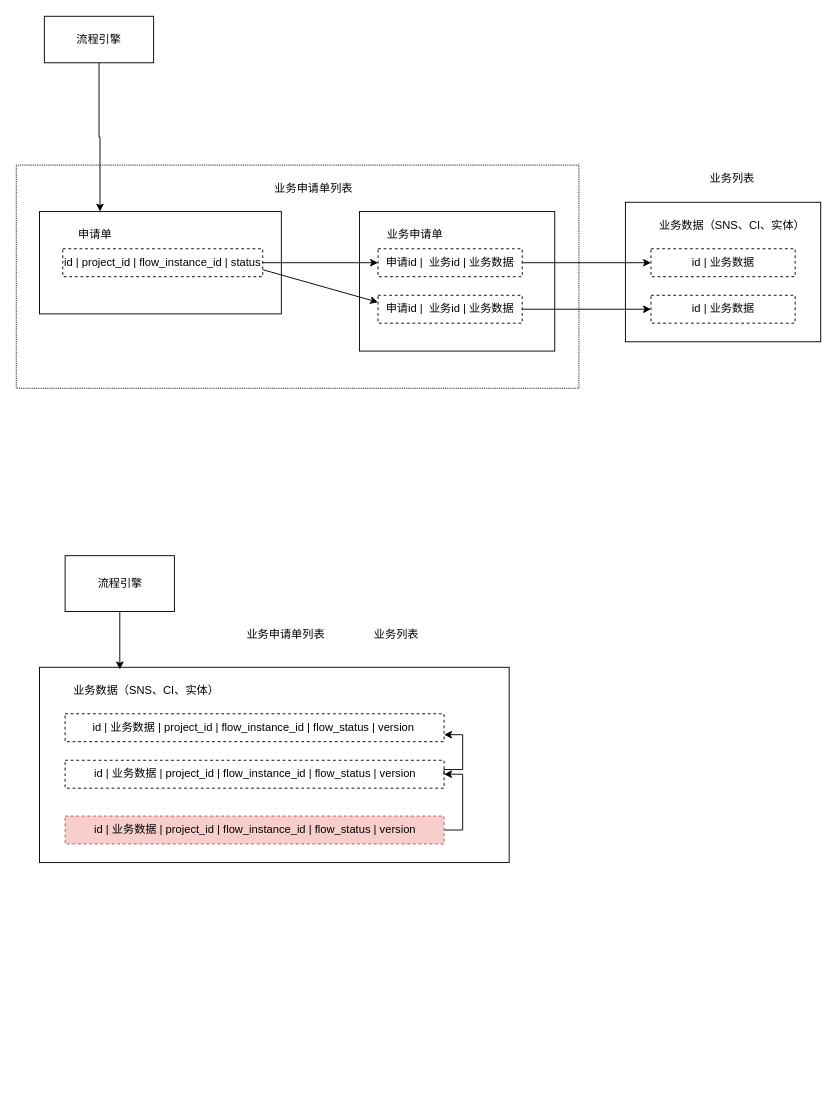
Before: 体系文件协同编辑和管理工具/流程申请单设计.drawio in DemonHan/KuickBuy, a draw.io diagram. Source tidied: cells renumbered, new cells numbered last; positions are measured from the earlier drawing's top-left corner, leaving out a move shared by most shapes. Both pictures are drawn from the tidied source at 93%, with x=0, y=0 at pixel (16, 16).
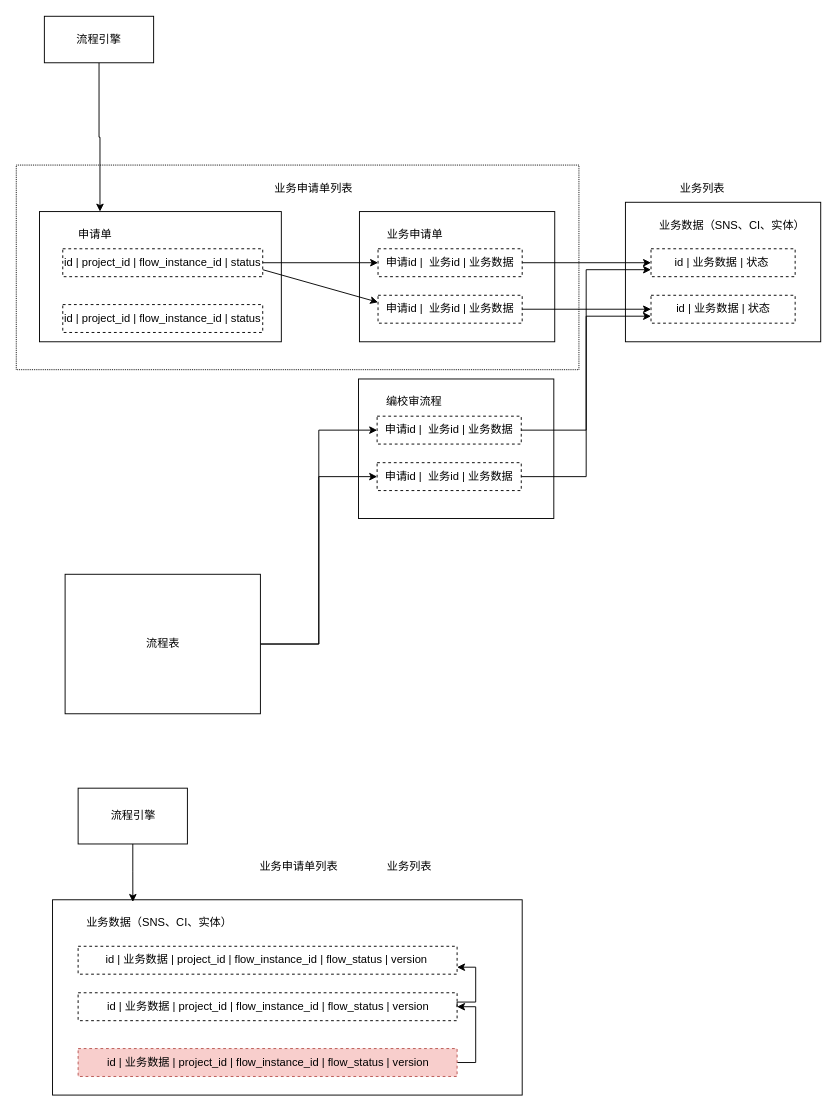
After the change.

Commit message:
更新流程申请单设计.drawio

Change to the diagram source:
```diff
@@
     <mxCell id="2" style="rounded=0;whiteSpace=wrap;html=1;dashed=1;dashPattern=1 1;" parent="1" vertex="1">
-      <mxGeometry y="160" width="605" height="240" as="geometry" />
+      <mxGeometry y="160" width="605" height="220" as="geometry" />
     </mxCell>
@@
-    <mxCell id="5" value="id |&amp;nbsp;业务数据" style="text;html=1;align=center;verticalAlign=middle;whiteSpace=wrap;rounded=0;strokeColor=default;dashed=1;" parent="1" vertex="1">
+    <mxCell id="5" value="id |&amp;nbsp;业务数据 | 状态&amp;nbsp;" style="text;html=1;align=center;verticalAlign=middle;whiteSpace=wrap;rounded=0;strokeColor=default;dashed=1;" parent="1" vertex="1">
       <mxGeometry x="682.5" y="250" width="155" height="30" as="geometry" />
     </mxCell>
-    <mxCell id="6" value="id |&amp;nbsp;业务数据" style="text;html=1;align=center;verticalAlign=middle;whiteSpace=wrap;rounded=0;strokeColor=default;dashed=1;" parent="1" vertex="1">
+    <mxCell id="6" value="id |&amp;nbsp;业务数据 | 状态" style="text;html=1;align=center;verticalAlign=middle;whiteSpace=wrap;rounded=0;strokeColor=default;dashed=1;" parent="1" vertex="1">
       <mxGeometry x="682.5" y="300" width="155" height="30" as="geometry" />
     </mxCell>
     <mxCell id="7" value="&lt;div&gt;&lt;br&gt;&lt;/div&gt;" style="rounded=0;whiteSpace=wrap;html=1;" parent="1" vertex="1">
-      <mxGeometry x="25" y="210" width="260" height="110" as="geometry" />
+      <mxGeometry x="25" y="210" width="260" height="140" as="geometry" />
     </mxCell>
     <mxCell id="8" style="rounded=0;whiteSpace=wrap;html=1;" parent="1" vertex="1">
-      <mxGeometry x="369" y="210" width="210" height="150" as="geometry" />
+      <mxGeometry x="369" y="210" width="210" height="140" as="geometry" />
     </mxCell>
@@
     <mxCell id="18" style="rounded=0;whiteSpace=wrap;html=1;" parent="1" vertex="1">
-      <mxGeometry x="25" y="700" width="505" height="210" as="geometry" />
+      <mxGeometry x="39" y="950" width="505" height="210" as="geometry" />
     </mxCell>
     <mxCell id="19" value="业务数据（SNS、CI、实体）" style="text;html=1;align=center;verticalAlign=middle;whiteSpace=wrap;rounded=0;" parent="1" vertex="1">
-      <mxGeometry x="55" y="710" width="170" height="30" as="geometry" />
+      <mxGeometry x="69" y="960" width="170" height="30" as="geometry" />
     </mxCell>
     <mxCell id="20" value="id |&amp;nbsp;业务数据 |&amp;nbsp;project_id | flow_instance_id | flow_status | version&amp;nbsp;" style="text;html=1;align=center;verticalAlign=middle;whiteSpace=wrap;rounded=0;strokeColor=default;dashed=1;" parent="1" vertex="1">
-      <mxGeometry x="52.5" y="750" width="407.5" height="30" as="geometry" />
+      <mxGeometry x="66.5" y="1000" width="407.5" height="30" as="geometry" />
     </mxCell>
     <mxCell id="21" style="edgeStyle=orthogonalEdgeStyle;rounded=0;jettySize=auto;html=1;entryX=1;entryY=0.75;entryDx=0;entryDy=0;exitX=1;exitY=0.5;exitDx=0;exitDy=0;" parent="1" edge="1" source="22" target="20">
       <mxGeometry relative="1" as="geometry">
         <Array as="points">
-          <mxPoint x="460" y="810" />
-          <mxPoint x="480" y="810" />
-          <mxPoint x="480" y="773" />
+          <mxPoint x="474" y="1060" />
+          <mxPoint x="494" y="1060" />
+          <mxPoint x="494" y="1023" />
         </Array>
       </mxGeometry>
     </mxCell>
     <mxCell id="22" value="id |&amp;nbsp;业务数据 |&amp;nbsp;project_id | flow_instance_id | flow_status | version" style="text;html=1;align=center;verticalAlign=middle;whiteSpace=wrap;rounded=0;strokeColor=default;dashed=1;fillColor=none;" parent="1" vertex="1">
-      <mxGeometry x="52.5" y="800" width="407.5" height="30" as="geometry" />
+      <mxGeometry x="66.5" y="1050" width="407.5" height="30" as="geometry" />
     </mxCell>
@@
     <mxCell id="25" value="流程引擎" style="rounded=0;whiteSpace=wrap;html=1;" parent="1" vertex="1">
-      <mxGeometry x="52.5" y="580" width="117.5" height="60" as="geometry" />
+      <mxGeometry x="66.5" y="830" width="117.5" height="60" as="geometry" />
     </mxCell>
@@
     <mxCell id="28" value="业务列表" style="text;html=1;align=center;verticalAlign=middle;whiteSpace=wrap;rounded=0;" parent="1" vertex="1">
-      <mxGeometry x="715" y="160" width="110" height="30" as="geometry" />
+      <mxGeometry x="682.5" y="170" width="110" height="30" as="geometry" />
     </mxCell>
     <mxCell id="29" value="业务申请单列表" style="text;html=1;align=center;verticalAlign=middle;whiteSpace=wrap;rounded=0;" parent="1" vertex="1">
-      <mxGeometry x="235" y="650" width="110" height="30" as="geometry" />
+      <mxGeometry x="249" y="900" width="110" height="30" as="geometry" />
     </mxCell>
     <mxCell id="30" value="业务列表" style="text;html=1;align=center;verticalAlign=middle;whiteSpace=wrap;rounded=0;" parent="1" vertex="1">
-      <mxGeometry x="354" y="650" width="110" height="30" as="geometry" />
+      <mxGeometry x="368" y="900" width="110" height="30" as="geometry" />
     </mxCell>
@@
     <mxCell id="32" value="id |&amp;nbsp;业务数据 |&amp;nbsp;project_id | flow_instance_id | flow_status | version" style="text;html=1;align=center;verticalAlign=middle;whiteSpace=wrap;rounded=0;strokeColor=#b85450;dashed=1;fillColor=#f8cecc;" parent="1" vertex="1">
-      <mxGeometry x="52.5" y="860" width="407.5" height="30" as="geometry" />
+      <mxGeometry x="66.5" y="1110" width="407.5" height="30" as="geometry" />
     </mxCell>
+    <mxCell id="33" style="rounded=0;whiteSpace=wrap;html=1;" parent="1" vertex="1">
+      <mxGeometry x="368" y="390" width="210" height="150" as="geometry" />
+    </mxCell>
+    <mxCell id="34" value="编校审流程" style="text;html=1;align=center;verticalAlign=middle;whiteSpace=wrap;rounded=0;" parent="1" vertex="1">
+      <mxGeometry x="393" y="400" width="70" height="30" as="geometry" />
+    </mxCell>
+    <mxCell id="35" style="edgeStyle=orthogonalEdgeStyle;rounded=0;jettySize=auto;html=1;entryX=0;entryY=0.75;entryDx=0;entryDy=0;" parent="1" edge="1" source="36" target="5">
+      <mxGeometry relative="1" as="geometry" />
+    </mxCell>
+    <mxCell id="36" value="申请id |&amp;nbsp; 业务id | 业务数据" style="text;html=1;align=center;verticalAlign=middle;whiteSpace=wrap;rounded=0;strokeColor=default;dashed=1;" parent="1" vertex="1">
+      <mxGeometry x="388" y="430" width="155" height="30" as="geometry" />
+    </mxCell>
+    <mxCell id="37" style="edgeStyle=orthogonalEdgeStyle;rounded=0;jettySize=auto;html=1;entryX=0;entryY=0.75;entryDx=0;entryDy=0;" parent="1" edge="1" source="38" target="6">
+      <mxGeometry relative="1" as="geometry" />
+    </mxCell>
+    <mxCell id="38" value="申请id |&amp;nbsp; 业务id | 业务数据" style="text;html=1;align=center;verticalAlign=middle;whiteSpace=wrap;rounded=0;strokeColor=default;dashed=1;" parent="1" vertex="1">
+      <mxGeometry x="388" y="480" width="155" height="30" as="geometry" />
+    </mxCell>
+    <mxCell id="39" style="edgeStyle=orthogonalEdgeStyle;rounded=0;jettySize=auto;html=1;entryX=0;entryY=0.5;entryDx=0;entryDy=0;" parent="1" edge="1" source="42" target="36">
+      <mxGeometry relative="1" as="geometry" />
+    </mxCell>
+    <mxCell id="40" style="edgeStyle=orthogonalEdgeStyle;rounded=0;jettySize=auto;html=1;entryX=0;entryY=0.5;entryDx=0;entryDy=0;exitX=1;exitY=0.5;exitDx=0;exitDy=0;" parent="1" edge="1" source="42" target="38">
+      <mxGeometry relative="1" as="geometry" />
+    </mxCell>
+    <mxCell id="41" value="&lt;div&gt;id |&amp;nbsp;&lt;span style=&quot;background-color: initial;&quot;&gt;project_id |&amp;nbsp;&lt;/span&gt;&lt;span style=&quot;background-color: initial;&quot;&gt;flow_instance_id |&amp;nbsp;&lt;/span&gt;&lt;span style=&quot;background-color: initial;&quot;&gt;status&lt;/span&gt;&lt;/div&gt;" style="text;html=1;align=center;verticalAlign=middle;whiteSpace=wrap;rounded=0;strokeColor=default;dashed=1;" parent="1" vertex="1">
+      <mxGeometry x="50" y="310" width="215" height="30" as="geometry" />
+    </mxCell>
+    <mxCell id="42" value="流程表" style="rounded=0;whiteSpace=wrap;html=1;" parent="1" vertex="1">
+      <mxGeometry x="52.5" y="600" width="210" height="150" as="geometry" />
+    </mxCell>
```
